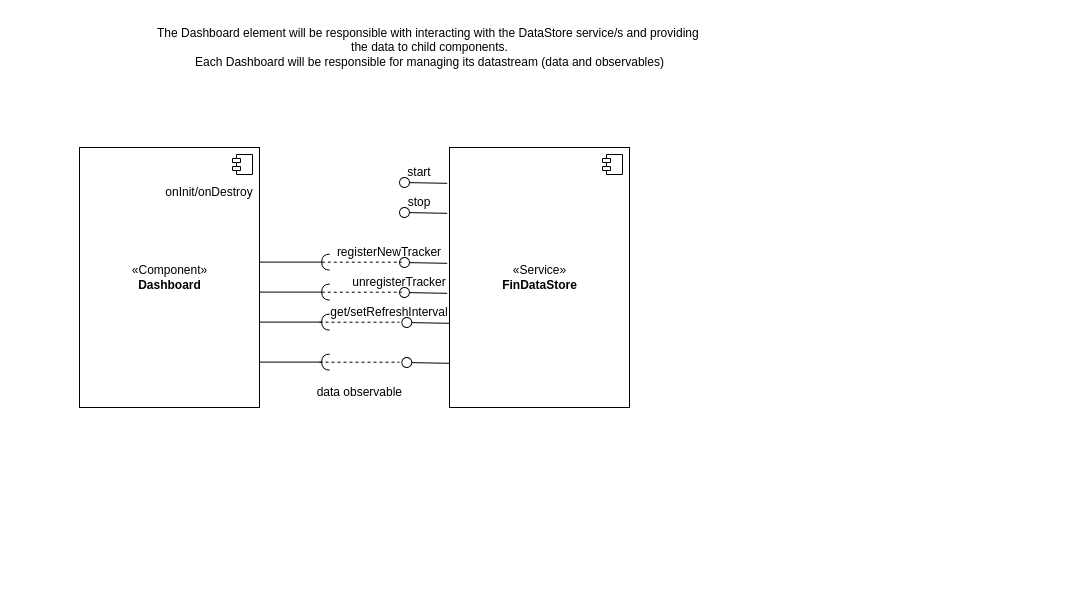
Above: page "DataCollection" (3 of 5) of design/frontend.app.swa.drawio in sergiunagy/findashboard (draw.io), before the change. Source tidied: cells renumbered, new cells numbered last; positions are measured from the earlier drawing's top-left corner, leaving out a move shared by most shapes. Both pictures are drawn from the tidied source at 100%, with x=0, y=0 at pixel (79, 17).
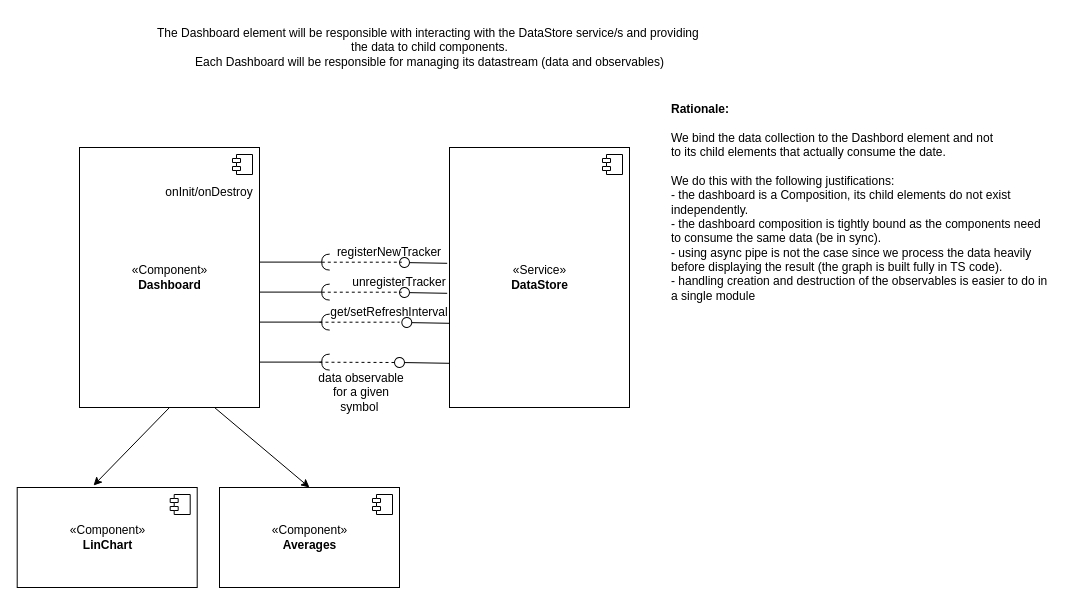
The same page after the edit.

The change refers to these unchanged cells:
```xml
<mxCell id="2" value="«Component»&lt;br&gt;&lt;b&gt;Dashboard&lt;/b&gt;" style="html=1;" parent="1" vertex="1">
  <mxGeometry y="130" width="180" height="260" as="geometry" />
</mxCell>
```

What changed in the source:
```diff
@@
-    <mxCell id="4" value="«Service»&lt;br&gt;&lt;b&gt;FinDataStore&lt;/b&gt;" style="html=1;" parent="1" vertex="1">
+    <mxCell id="4" value="«Service»&lt;br&gt;&lt;b&gt;DataStore&lt;/b&gt;" style="html=1;" parent="1" vertex="1">
       <mxGeometry x="370" y="130" width="180" height="260" as="geometry" />
     </mxCell>
@@
-    <mxCell id="6" style="rounded=0;jettySize=auto;html=1;endArrow=none;endFill=0;sketch=0;sourcePerimeterSpacing=0;targetPerimeterSpacing=0;exitX=-0.013;exitY=0.33;exitDx=0;exitDy=0;exitPerimeter=0;" parent="1" edge="1" target="7">
-      <mxGeometry relative="1" as="geometry">
-        <mxPoint x="367.7" y="195.8" as="sourcePoint" />
-      </mxGeometry>
-    </mxCell>
-    <mxCell id="7" style="ellipse;whiteSpace=wrap;html=1;align=center;points=[];outlineConnect=0;sketch=0;rotation=-320;" parent="1" vertex="1">
-      <mxGeometry x="320" y="190" width="10" height="10" as="geometry" />
-    </mxCell>
-    <mxCell id="8" style="rounded=0;jettySize=auto;html=1;endArrow=none;endFill=0;sketch=0;sourcePerimeterSpacing=0;targetPerimeterSpacing=0;exitX=-0.013;exitY=0.33;exitDx=0;exitDy=0;exitPerimeter=0;" parent="1" edge="1" target="9">
-      <mxGeometry relative="1" as="geometry">
-        <mxPoint x="367.7" y="165.8" as="sourcePoint" />
-      </mxGeometry>
-    </mxCell>
-    <mxCell id="9" style="ellipse;whiteSpace=wrap;html=1;align=center;points=[];outlineConnect=0;sketch=0;rotation=-320;" parent="1" vertex="1">
-      <mxGeometry x="320" y="160" width="10" height="10" as="geometry" />
-    </mxCell>
-    <mxCell id="10" value="start" style="text;html=1;strokeColor=none;fillColor=none;align=center;verticalAlign=middle;whiteSpace=wrap;rounded=0;" parent="1" vertex="1">
-      <mxGeometry x="310" y="150" width="60" height="10" as="geometry" />
-    </mxCell>
-    <mxCell id="11" value="stop" style="text;html=1;strokeColor=none;fillColor=none;align=center;verticalAlign=middle;whiteSpace=wrap;rounded=0;" parent="1" vertex="1">
-      <mxGeometry x="310" y="180" width="60" height="10" as="geometry" />
-    </mxCell>
@@
-    <mxCell id="15" value="data observable&amp;nbsp;" style="text;html=1;strokeColor=none;fillColor=none;align=center;verticalAlign=middle;whiteSpace=wrap;rounded=0;" parent="1" vertex="1">
+    <mxCell id="15" value="data observable for a given symbol&amp;nbsp;" style="text;html=1;strokeColor=none;fillColor=none;align=center;verticalAlign=middle;whiteSpace=wrap;rounded=0;" parent="1" vertex="1">
       <mxGeometry x="232.3" y="370" width="100" height="10" as="geometry" />
     </mxCell>
@@
-    <mxCell id="23" style="ellipse;whiteSpace=wrap;html=1;align=center;points=[];outlineConnect=0;sketch=0;rotation=-320;" parent="1" vertex="1">
-      <mxGeometry x="322.3" y="340" width="10" height="10" as="geometry" />
-    </mxCell>
@@
-    <mxCell id="31" style="endArrow=none;dashed=1;html=1;" parent="1" edge="1">
+    <mxCell id="31" style="endArrow=none;dashed=1;html=1;startArrow=none;" parent="1" edge="1" source="23">
       <mxGeometry relative="1" as="geometry">
-        <mxPoint x="240" y="344.7" as="sourcePoint" />
         <mxPoint x="320" y="344.7" as="targetPoint" />
       </mxGeometry>
     </mxCell>
@@
+    <mxCell id="34" style="endArrow=none;dashed=1;html=1;" parent="1" edge="1" target="23">
+      <mxGeometry relative="1" as="geometry">
+        <mxPoint x="240" y="344.7" as="sourcePoint" />
+      </mxGeometry>
+    </mxCell>
+    <mxCell id="23" style="ellipse;whiteSpace=wrap;html=1;align=center;points=[];outlineConnect=0;sketch=0;rotation=-320;" parent="1" vertex="1">
+      <mxGeometry x="315" y="340" width="10" height="10" as="geometry" />
+    </mxCell>
+    <mxCell id="35" value="&lt;b&gt;Rationale:&lt;/b&gt;&lt;br&gt;&lt;br&gt;We bind the data collection to the Dashbord element and not&amp;nbsp;&lt;br&gt;to its child elements that actually consume the date.&lt;br&gt;&lt;br&gt;We do this with the following justifications:&lt;br&gt;- the dashboard is a Composition, its child elements do not exist&lt;br&gt;independently.&lt;br&gt;- the dashboard composition is tightly bound as the components need&lt;br&gt;to consume the same data (be in sync).&lt;br&gt;- using async pipe is not the case since we process the data heavily &lt;br&gt;before displaying the result (the graph is built fully in TS code).&lt;br&gt;- handling creation and destruction of the observables is easier to do in &lt;br&gt;a single module" style="text;html=1;align=left;verticalAlign=middle;strokeColor=none;fillColor=none;" parent="1" vertex="1">
+      <mxGeometry x="590" y="80" width="400" height="210" as="geometry" />
+    </mxCell>
+    <mxCell id="36" value="«Component»&lt;br&gt;&lt;b&gt;LinChart&lt;/b&gt;" style="html=1;" parent="1" vertex="1">
+      <mxGeometry x="-62.3" y="470" width="180" height="100" as="geometry" />
+    </mxCell>
+    <mxCell id="37" style="shape=module;jettyWidth=8;jettyHeight=4;" parent="36" vertex="1">
+      <mxGeometry x="1" width="20" height="20" relative="1" as="geometry">
+        <mxPoint x="-27" y="7" as="offset" />
+      </mxGeometry>
+    </mxCell>
+    <mxCell id="38" value="«Component»&lt;br&gt;&lt;b&gt;Averages&lt;/b&gt;" style="html=1;" parent="1" vertex="1">
+      <mxGeometry x="140" y="470" width="180" height="100" as="geometry" />
+    </mxCell>
+    <mxCell id="39" style="shape=module;jettyWidth=8;jettyHeight=4;" parent="38" vertex="1">
+      <mxGeometry x="1" width="20" height="20" relative="1" as="geometry">
+        <mxPoint x="-27" y="7" as="offset" />
+      </mxGeometry>
+    </mxCell>
+    <mxCell id="40" style="endArrow=classic;html=1;exitX=0.5;exitY=1;exitDx=0;exitDy=0;entryX=0.424;entryY=-0.02;entryDx=0;entryDy=0;entryPerimeter=0;" parent="1" edge="1" source="2" target="36">
+      <mxGeometry relative="1" as="geometry" />
+    </mxCell>
+    <mxCell id="41" style="endArrow=classic;html=1;exitX=0.75;exitY=1;exitDx=0;exitDy=0;entryX=0.5;entryY=0;entryDx=0;entryDy=0;" parent="1" edge="1" source="2" target="38">
+      <mxGeometry relative="1" as="geometry" />
+    </mxCell>
```
